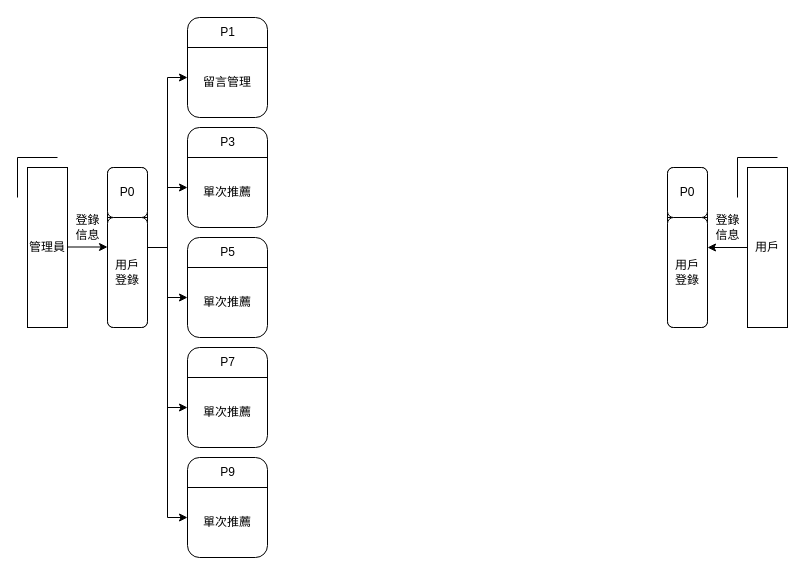
Before: drawio/系統資料流程圖/圖3-3 底層資料流程圖.drawio in Roseller37/UML-diagram2, a draw.io diagram. Source tidied: cells renumbered, new cells numbered last; positions are measured from the earlier drawing's top-left corner, leaving out a move shared by most shapes. Both pictures are drawn from the tidied source at 100%, with x=0, y=0 at pixel (17, 17).
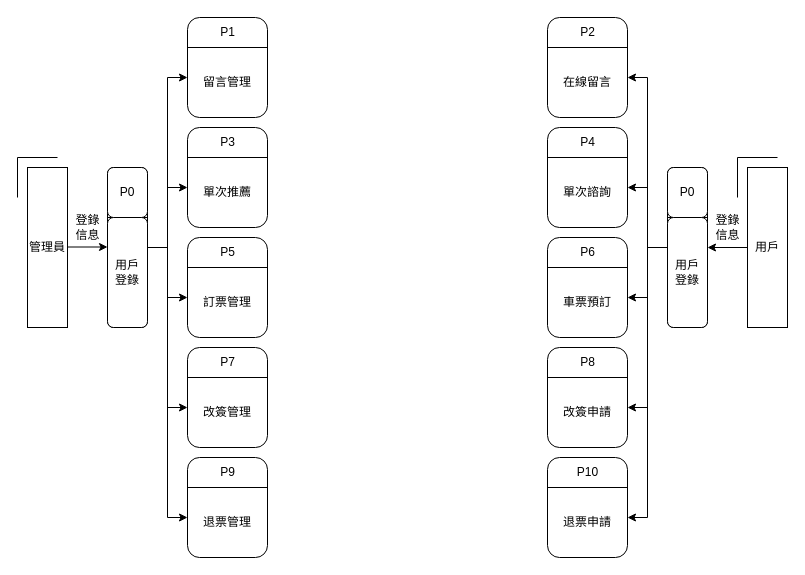
After the change.

Commit message (it also covers changes not shown here):
更新圖3-3 底層資料流程圖.drawio

The change refers to these unchanged cells:
```xml
<mxCell id="30" style="group;" parent="1" vertex="1">
  <mxGeometry x="170" y="220" width="80" height="100" as="geometry" />
</mxCell>
<mxCell id="34" style="group;" parent="1" vertex="1">
  <mxGeometry x="170" y="330" width="80" height="100" as="geometry" />
</mxCell>
<mxCell id="38" style="group;" parent="1" vertex="1">
  <mxGeometry x="170" y="440" width="80" height="100" as="geometry" />
</mxCell>
```

Change to the diagram source:
```diff
@@
-    <mxCell id="31" value="&lt;br&gt;&lt;br&gt;單次推薦" style="rounded=1;whiteSpace=wrap;html=1;direction=south;" parent="30" vertex="1">
+    <mxCell id="31" value="&lt;br&gt;&lt;br&gt;訂票管理" style="rounded=1;whiteSpace=wrap;html=1;direction=south;" parent="30" vertex="1">
       <mxGeometry width="80" height="100" as="geometry" />
     </mxCell>
@@
-    <mxCell id="35" value="&lt;br&gt;&lt;br&gt;單次推薦" style="rounded=1;whiteSpace=wrap;html=1;direction=south;" parent="34" vertex="1">
+    <mxCell id="35" value="&lt;br&gt;&lt;br&gt;改簽管理" style="rounded=1;whiteSpace=wrap;html=1;direction=south;" parent="34" vertex="1">
       <mxGeometry width="80" height="100" as="geometry" />
     </mxCell>
@@
-    <mxCell id="39" value="&lt;br&gt;&lt;br&gt;單次推薦" style="rounded=1;whiteSpace=wrap;html=1;direction=south;" parent="38" vertex="1">
+    <mxCell id="39" value="&lt;br&gt;&lt;br&gt;退票管理" style="rounded=1;whiteSpace=wrap;html=1;direction=south;" parent="38" vertex="1">
       <mxGeometry width="80" height="100" as="geometry" />
     </mxCell>
@@
+    <mxCell id="49" style="group;" parent="1" vertex="1">
+      <mxGeometry x="530" width="80" height="100" as="geometry" />
+    </mxCell>
+    <mxCell id="50" value="&lt;br&gt;&lt;br&gt;在線留言" style="rounded=1;whiteSpace=wrap;html=1;direction=south;" parent="49" vertex="1">
+      <mxGeometry width="80" height="100" as="geometry" />
+    </mxCell>
+    <mxCell id="51" style="endArrow=none;html=1;rounded=0;" parent="49" edge="1">
+      <mxGeometry relative="1" as="geometry">
+        <mxPoint y="30" as="sourcePoint" />
+        <mxPoint x="80" y="30" as="targetPoint" />
+      </mxGeometry>
+    </mxCell>
+    <mxCell id="52" value="P2" style="text;html=1;align=center;verticalAlign=middle;strokeColor=none;fillColor=none;" parent="49" vertex="1">
+      <mxGeometry x="20" width="40" height="30" as="geometry" />
+    </mxCell>
+    <mxCell id="53" style="group;" parent="1" vertex="1">
+      <mxGeometry x="530" y="110" width="80" height="100" as="geometry" />
+    </mxCell>
+    <mxCell id="54" value="&lt;br&gt;&lt;br&gt;單次諮詢" style="rounded=1;whiteSpace=wrap;html=1;direction=south;" parent="53" vertex="1">
+      <mxGeometry width="80" height="100" as="geometry" />
+    </mxCell>
+    <mxCell id="55" style="endArrow=none;html=1;rounded=0;" parent="53" edge="1">
+      <mxGeometry relative="1" as="geometry">
+        <mxPoint y="30" as="sourcePoint" />
+        <mxPoint x="80" y="30" as="targetPoint" />
+      </mxGeometry>
+    </mxCell>
+    <mxCell id="56" value="P4" style="text;html=1;align=center;verticalAlign=middle;strokeColor=none;fillColor=none;" parent="53" vertex="1">
+      <mxGeometry x="20" width="40" height="30" as="geometry" />
+    </mxCell>
+    <mxCell id="57" style="group;" parent="1" vertex="1">
+      <mxGeometry x="530" y="220" width="80" height="100" as="geometry" />
+    </mxCell>
+    <mxCell id="58" value="&lt;br&gt;&lt;br&gt;車票預訂" style="rounded=1;whiteSpace=wrap;html=1;direction=south;" parent="57" vertex="1">
+      <mxGeometry width="80" height="100" as="geometry" />
+    </mxCell>
+    <mxCell id="59" style="endArrow=none;html=1;rounded=0;" parent="57" edge="1">
+      <mxGeometry relative="1" as="geometry">
+        <mxPoint y="30" as="sourcePoint" />
+        <mxPoint x="80" y="30" as="targetPoint" />
+      </mxGeometry>
+    </mxCell>
+    <mxCell id="60" value="P6" style="text;html=1;align=center;verticalAlign=middle;strokeColor=none;fillColor=none;" parent="57" vertex="1">
+      <mxGeometry x="20" width="40" height="30" as="geometry" />
+    </mxCell>
+    <mxCell id="61" style="group;" parent="1" vertex="1">
+      <mxGeometry x="530" y="330" width="80" height="100" as="geometry" />
+    </mxCell>
+    <mxCell id="62" value="&lt;br&gt;&lt;br&gt;改簽申請" style="rounded=1;whiteSpace=wrap;html=1;direction=south;" parent="61" vertex="1">
+      <mxGeometry width="80" height="100" as="geometry" />
+    </mxCell>
+    <mxCell id="63" style="endArrow=none;html=1;rounded=0;" parent="61" edge="1">
+      <mxGeometry relative="1" as="geometry">
+        <mxPoint y="30" as="sourcePoint" />
+        <mxPoint x="80" y="30" as="targetPoint" />
+      </mxGeometry>
+    </mxCell>
+    <mxCell id="64" value="P8" style="text;html=1;align=center;verticalAlign=middle;strokeColor=none;fillColor=none;" parent="61" vertex="1">
+      <mxGeometry x="20" width="40" height="30" as="geometry" />
+    </mxCell>
+    <mxCell id="65" style="group;" parent="1" vertex="1">
+      <mxGeometry x="530" y="440" width="80" height="100" as="geometry" />
+    </mxCell>
+    <mxCell id="66" value="&lt;br&gt;&lt;br&gt;退票申請" style="rounded=1;whiteSpace=wrap;html=1;direction=south;" parent="65" vertex="1">
+      <mxGeometry width="80" height="100" as="geometry" />
+    </mxCell>
+    <mxCell id="67" style="endArrow=none;html=1;rounded=0;" parent="65" edge="1">
+      <mxGeometry relative="1" as="geometry">
+        <mxPoint y="30" as="sourcePoint" />
+        <mxPoint x="80" y="30" as="targetPoint" />
+      </mxGeometry>
+    </mxCell>
+    <mxCell id="68" value="P10" style="text;html=1;align=center;verticalAlign=middle;strokeColor=none;fillColor=none;" parent="65" vertex="1">
+      <mxGeometry x="20" width="40" height="30" as="geometry" />
+    </mxCell>
+    <mxCell id="69" style="endArrow=classic;html=1;rounded=0;" parent="1" edge="1">
+      <mxGeometry relative="1" as="geometry">
+        <mxPoint x="630" y="60" as="sourcePoint" />
+        <mxPoint x="610" y="60" as="targetPoint" />
+      </mxGeometry>
+    </mxCell>
+    <mxCell id="70" style="endArrow=classic;html=1;rounded=0;" parent="1" edge="1">
+      <mxGeometry relative="1" as="geometry">
+        <mxPoint x="630" y="170" as="sourcePoint" />
+        <mxPoint x="610" y="170" as="targetPoint" />
+      </mxGeometry>
+    </mxCell>
+    <mxCell id="71" style="endArrow=classic;html=1;rounded=0;" parent="1" edge="1">
+      <mxGeometry relative="1" as="geometry">
+        <mxPoint x="630" y="280" as="sourcePoint" />
+        <mxPoint x="610" y="280" as="targetPoint" />
+      </mxGeometry>
+    </mxCell>
+    <mxCell id="72" style="endArrow=classic;html=1;rounded=0;" parent="1" edge="1">
+      <mxGeometry relative="1" as="geometry">
+        <mxPoint x="630" y="390" as="sourcePoint" />
+        <mxPoint x="610" y="390" as="targetPoint" />
+      </mxGeometry>
+    </mxCell>
+    <mxCell id="73" style="endArrow=classic;html=1;rounded=0;" parent="1" edge="1">
+      <mxGeometry relative="1" as="geometry">
+        <mxPoint x="630" y="500" as="sourcePoint" />
+        <mxPoint x="610" y="500" as="targetPoint" />
+      </mxGeometry>
+    </mxCell>
+    <mxCell id="74" style="endArrow=none;html=1;rounded=0;" parent="1" edge="1">
+      <mxGeometry relative="1" as="geometry">
+        <mxPoint x="630" y="500" as="sourcePoint" />
+        <mxPoint x="630" y="60" as="targetPoint" />
+      </mxGeometry>
+    </mxCell>
+    <mxCell id="75" style="endArrow=none;html=1;rounded=0;" parent="1" edge="1">
+      <mxGeometry relative="1" as="geometry">
+        <mxPoint x="630" y="230" as="sourcePoint" />
+        <mxPoint x="650" y="230" as="targetPoint" />
+      </mxGeometry>
+    </mxCell>
```
